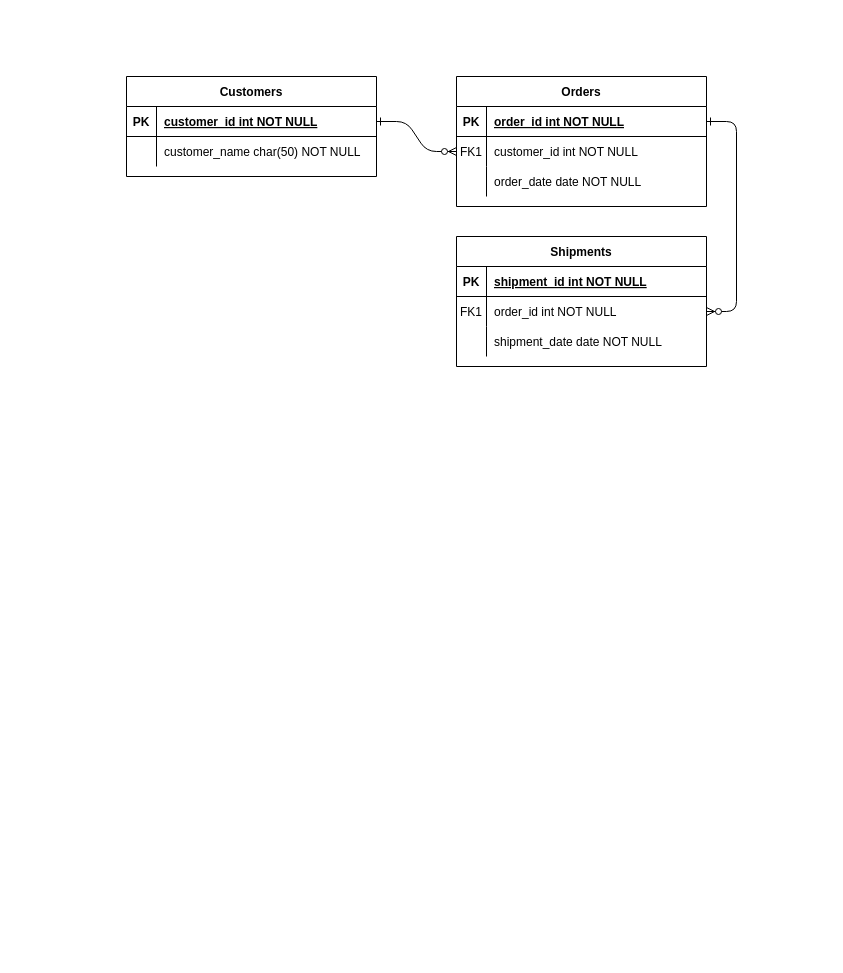
Commando-Brando/DBschemas keeps this draw.io diagram as Untitled Diagram.drawio. Above is the earlier version. Source tidied: cells renumbered, new cells numbered last; positions are measured from the earlier drawing's top-left corner, leaving out a move shared by most shapes. Both pictures are drawn from the tidied source at 100%, with x=0, y=0 at pixel (126, 76).
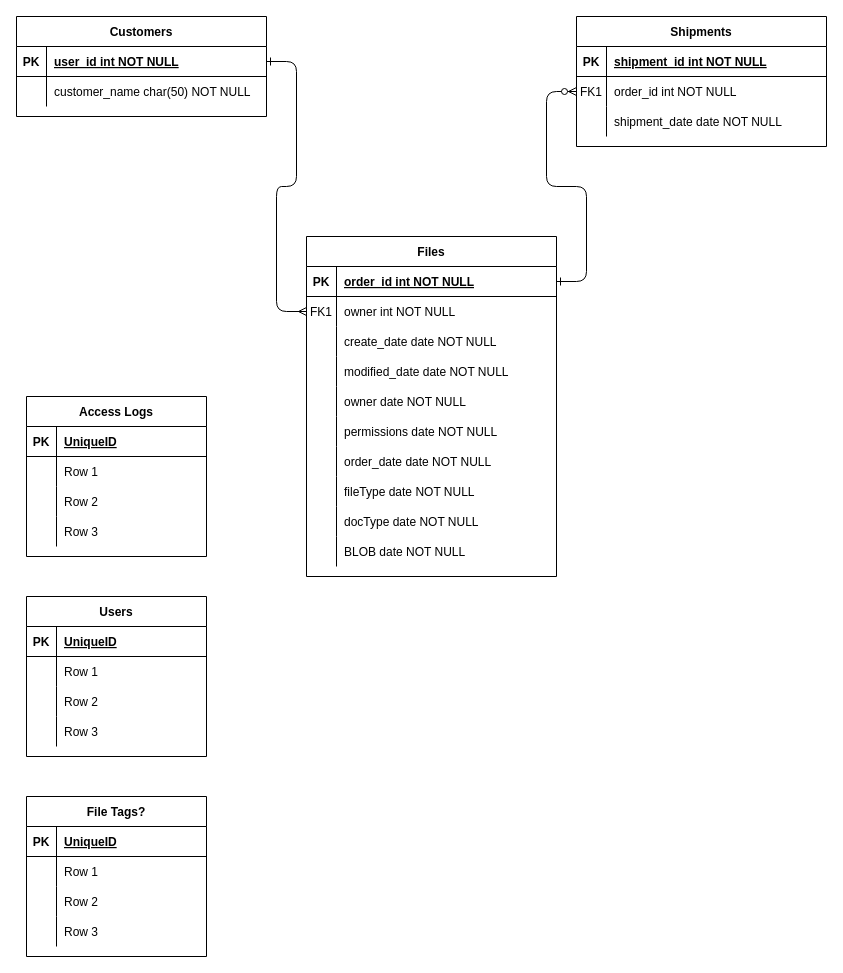
The same diagram, later.

The change refers to these unchanged cells:
```xml
<mxCell id="8" style="shape=partialRectangle;fillColor=none;points=[[0,0.5],[1,0.5]];portConstraint=eastwest;top=0;left=0;right=0;bottom=0;" parent="4" vertex="1">
  <mxGeometry y="60" width="250" height="30" as="geometry" />
</mxCell>
<mxCell id="11" style="shape=partialRectangle;fillColor=none;top=0;left=0;right=0;bottom=0;" parent="4" vertex="1">
  <mxGeometry y="90" width="250" height="30" as="geometry" />
</mxCell>
<mxCell id="25" style="shape=partialRectangle;fillColor=none;points=[[0,0.5],[1,0.5]];portConstraint=eastwest;top=0;left=0;right=0;bottom=1;" parent="24" vertex="1">
  <mxGeometry y="30" width="250" height="30" as="geometry" />
</mxCell>
```

What changed in the source:
```diff
@@
-    <mxCell id="2" style="edgeStyle=entityRelationEdgeStyle;endArrow=ERzeroToMany;startArrow=ERone;endFill=1;startFill=0;" parent="1" edge="1" source="25" target="8">
+    <mxCell id="2" style="edgeStyle=entityRelationEdgeStyle;endArrow=ERmany;startArrow=ERone;endFill=0;startFill=0;" parent="1" edge="1" source="25" target="8">
       <mxGeometry relative="1" as="geometry" />
     </mxCell>
@@
-    <mxCell id="4" value="Orders" style="shape=table;startSize=30;childLayout=tableLayout;rowLines=0;fontStyle=1;align=center;" parent="1" vertex="1">
-      <mxGeometry x="330" width="250" height="130" as="geometry" />
+    <mxCell id="4" value="Files" style="shape=table;startSize=30;childLayout=tableLayout;rowLines=0;fontStyle=1;align=center;" parent="1" vertex="1">
+      <mxGeometry x="180" y="160" width="250" height="340" as="geometry" />
     </mxCell>
@@
-    <mxCell id="10" value="customer_id int NOT NULL" style="shape=partialRectangle;overflow=hidden;fillColor=none;top=0;left=0;bottom=0;right=0;align=left;spacingLeft=6;" parent="8" vertex="1">
+    <mxCell id="10" value="owner int NOT NULL" style="shape=partialRectangle;overflow=hidden;fillColor=none;top=0;left=0;bottom=0;right=0;align=left;spacingLeft=6;" parent="8" vertex="1">
       <mxGeometry x="30" width="220" height="30" as="geometry" />
     </mxCell>
@@
-    <mxCell id="13" value="order_date date NOT NULL" style="shape=partialRectangle;overflow=hidden;fillColor=none;top=0;left=0;bottom=0;right=0;align=left;spacingLeft=6;" parent="11" vertex="1">
+    <mxCell id="13" value="create_date date NOT NULL" style="shape=partialRectangle;overflow=hidden;fillColor=none;top=0;left=0;bottom=0;right=0;align=left;spacingLeft=6;" parent="11" vertex="1">
       <mxGeometry x="30" width="220" height="30" as="geometry" />
     </mxCell>
+    <mxCell id="31" style="shape=partialRectangle;fillColor=none;top=0;left=0;right=0;bottom=0;" parent="4" vertex="1">
+      <mxGeometry y="120" width="250" height="30" as="geometry" />
+    </mxCell>
+    <mxCell id="32" style="shape=partialRectangle;overflow=hidden;fillColor=none;top=0;left=0;bottom=0;right=0;" parent="31" vertex="1">
+      <mxGeometry width="30" height="30" as="geometry" />
+    </mxCell>
+    <mxCell id="33" value="modified_date date NOT NULL" style="shape=partialRectangle;overflow=hidden;fillColor=none;top=0;left=0;bottom=0;right=0;align=left;spacingLeft=6;" parent="31" vertex="1">
+      <mxGeometry x="30" width="220" height="30" as="geometry" />
+    </mxCell>
+    <mxCell id="34" style="shape=partialRectangle;fillColor=none;top=0;left=0;right=0;bottom=0;" parent="4" vertex="1">
+      <mxGeometry y="150" width="250" height="30" as="geometry" />
+    </mxCell>
+    <mxCell id="35" style="shape=partialRectangle;overflow=hidden;fillColor=none;top=0;left=0;bottom=0;right=0;" parent="34" vertex="1">
+      <mxGeometry width="30" height="30" as="geometry" />
+    </mxCell>
+    <mxCell id="36" value="owner date NOT NULL" style="shape=partialRectangle;overflow=hidden;fillColor=none;top=0;left=0;bottom=0;right=0;align=left;spacingLeft=6;" parent="34" vertex="1">
+      <mxGeometry x="30" width="220" height="30" as="geometry" />
+    </mxCell>
+    <mxCell id="37" style="shape=partialRectangle;fillColor=none;top=0;left=0;right=0;bottom=0;" parent="4" vertex="1">
+      <mxGeometry y="180" width="250" height="30" as="geometry" />
+    </mxCell>
+    <mxCell id="38" style="shape=partialRectangle;overflow=hidden;fillColor=none;top=0;left=0;bottom=0;right=0;" parent="37" vertex="1">
+      <mxGeometry width="30" height="30" as="geometry" />
+    </mxCell>
+    <mxCell id="39" value="permissions date NOT NULL" style="shape=partialRectangle;overflow=hidden;fillColor=none;top=0;left=0;bottom=0;right=0;align=left;spacingLeft=6;" parent="37" vertex="1">
+      <mxGeometry x="30" width="220" height="30" as="geometry" />
+    </mxCell>
+    <mxCell id="40" style="shape=partialRectangle;fillColor=none;top=0;left=0;right=0;bottom=0;" parent="4" vertex="1">
+      <mxGeometry y="210" width="250" height="30" as="geometry" />
+    </mxCell>
+    <mxCell id="41" style="shape=partialRectangle;overflow=hidden;fillColor=none;top=0;left=0;bottom=0;right=0;" parent="40" vertex="1">
+      <mxGeometry width="30" height="30" as="geometry" />
+    </mxCell>
+    <mxCell id="42" value="order_date date NOT NULL" style="shape=partialRectangle;overflow=hidden;fillColor=none;top=0;left=0;bottom=0;right=0;align=left;spacingLeft=6;" parent="40" vertex="1">
+      <mxGeometry x="30" width="220" height="30" as="geometry" />
+    </mxCell>
+    <mxCell id="43" style="shape=partialRectangle;fillColor=none;top=0;left=0;right=0;bottom=0;" parent="4" vertex="1">
+      <mxGeometry y="240" width="250" height="30" as="geometry" />
+    </mxCell>
+    <mxCell id="44" style="shape=partialRectangle;overflow=hidden;fillColor=none;top=0;left=0;bottom=0;right=0;" parent="43" vertex="1">
+      <mxGeometry width="30" height="30" as="geometry" />
+    </mxCell>
+    <mxCell id="45" value="fileType date NOT NULL" style="shape=partialRectangle;overflow=hidden;fillColor=none;top=0;left=0;bottom=0;right=0;align=left;spacingLeft=6;" parent="43" vertex="1">
+      <mxGeometry x="30" width="220" height="30" as="geometry" />
+    </mxCell>
+    <mxCell id="46" style="shape=partialRectangle;fillColor=none;top=0;left=0;right=0;bottom=0;" parent="4" vertex="1">
+      <mxGeometry y="270" width="250" height="30" as="geometry" />
+    </mxCell>
+    <mxCell id="47" style="shape=partialRectangle;overflow=hidden;fillColor=none;top=0;left=0;bottom=0;right=0;" parent="46" vertex="1">
+      <mxGeometry width="30" height="30" as="geometry" />
+    </mxCell>
+    <mxCell id="48" value="docType date NOT NULL" style="shape=partialRectangle;overflow=hidden;fillColor=none;top=0;left=0;bottom=0;right=0;align=left;spacingLeft=6;" parent="46" vertex="1">
+      <mxGeometry x="30" width="220" height="30" as="geometry" />
+    </mxCell>
+    <mxCell id="49" style="shape=partialRectangle;fillColor=none;top=0;left=0;right=0;bottom=0;" parent="4" vertex="1">
+      <mxGeometry y="300" width="250" height="30" as="geometry" />
+    </mxCell>
+    <mxCell id="50" style="shape=partialRectangle;overflow=hidden;fillColor=none;top=0;left=0;bottom=0;right=0;" parent="49" vertex="1">
+      <mxGeometry width="30" height="30" as="geometry" />
+    </mxCell>
+    <mxCell id="51" value="BLOB date NOT NULL" style="shape=partialRectangle;overflow=hidden;fillColor=none;top=0;left=0;bottom=0;right=0;align=left;spacingLeft=6;" parent="49" vertex="1">
+      <mxGeometry x="30" width="220" height="30" as="geometry" />
+    </mxCell>
     <mxCell id="14" value="Shipments" style="shape=table;startSize=30;childLayout=tableLayout;rowLines=0;fontStyle=1;align=center;" parent="1" vertex="1">
-      <mxGeometry x="330" y="160" width="250" height="130" as="geometry" />
+      <mxGeometry x="450" y="-60" width="250" height="130" as="geometry" />
     </mxCell>
@@
     <mxCell id="24" value="Customers" style="shape=table;startSize=30;childLayout=tableLayout;rowLines=0;fontStyle=1;align=center;" parent="1" vertex="1">
-      <mxGeometry width="250" height="100" as="geometry" />
+      <mxGeometry x="-110" y="-60" width="250" height="100" as="geometry" />
     </mxCell>
@@
-    <mxCell id="27" value="customer_id int NOT NULL " style="shape=partialRectangle;overflow=hidden;fillColor=none;top=0;left=0;bottom=0;right=0;align=left;spacingLeft=6;fontStyle=5;" parent="25" vertex="1">
+    <mxCell id="27" value="user_id int NOT NULL " style="shape=partialRectangle;overflow=hidden;fillColor=none;top=0;left=0;bottom=0;right=0;align=left;spacingLeft=6;fontStyle=5;" parent="25" vertex="1">
       <mxGeometry x="30" width="220" height="30" as="geometry" />
     </mxCell>
@@
+    <mxCell id="52" value="Access Logs" style="shape=table;startSize=30;childLayout=tableLayout;rowLines=0;fontStyle=1;align=center;" parent="1" vertex="1">
+      <mxGeometry x="-100" y="320" width="180" height="160" as="geometry" />
+    </mxCell>
+    <mxCell id="53" style="shape=tableRow;horizontal=0;startSize=0;swimlaneHead=0;swimlaneBody=0;fillColor=none;top=0;left=0;right=0;bottom=1;" parent="52" vertex="1">
+      <mxGeometry y="30" width="180" height="30" as="geometry" />
+    </mxCell>
+    <mxCell id="54" value="PK" style="shape=partialRectangle;fillColor=none;top=0;left=0;bottom=0;right=0;fontStyle=1;overflow=hidden;" parent="53" vertex="1">
+      <mxGeometry width="30" height="30" as="geometry" />
+    </mxCell>
+    <mxCell id="55" value="UniqueID" style="shape=partialRectangle;fillColor=none;top=0;left=0;bottom=0;right=0;align=left;spacingLeft=6;fontStyle=5;overflow=hidden;" parent="53" vertex="1">
+      <mxGeometry x="30" width="150" height="30" as="geometry" />
+    </mxCell>
+    <mxCell id="56" style="shape=tableRow;horizontal=0;startSize=0;swimlaneHead=0;swimlaneBody=0;fillColor=none;top=0;left=0;right=0;bottom=0;" parent="52" vertex="1">
+      <mxGeometry y="60" width="180" height="30" as="geometry" />
+    </mxCell>
+    <mxCell id="57" style="shape=partialRectangle;fillColor=none;top=0;left=0;bottom=0;right=0;overflow=hidden;" parent="56" vertex="1">
+      <mxGeometry width="30" height="30" as="geometry" />
+    </mxCell>
+    <mxCell id="58" value="Row 1" style="shape=partialRectangle;fillColor=none;top=0;left=0;bottom=0;right=0;align=left;spacingLeft=6;overflow=hidden;" parent="56" vertex="1">
+      <mxGeometry x="30" width="150" height="30" as="geometry" />
+    </mxCell>
+    <mxCell id="59" style="shape=tableRow;horizontal=0;startSize=0;swimlaneHead=0;swimlaneBody=0;fillColor=none;top=0;left=0;right=0;bottom=0;" parent="52" vertex="1">
+      <mxGeometry y="90" width="180" height="30" as="geometry" />
+    </mxCell>
+    <mxCell id="60" style="shape=partialRectangle;fillColor=none;top=0;left=0;bottom=0;right=0;overflow=hidden;" parent="59" vertex="1">
+      <mxGeometry width="30" height="30" as="geometry" />
+    </mxCell>
+    <mxCell id="61" value="Row 2" style="shape=partialRectangle;fillColor=none;top=0;left=0;bottom=0;right=0;align=left;spacingLeft=6;overflow=hidden;" parent="59" vertex="1">
+      <mxGeometry x="30" width="150" height="30" as="geometry" />
+    </mxCell>
+    <mxCell id="62" style="shape=tableRow;horizontal=0;startSize=0;swimlaneHead=0;swimlaneBody=0;fillColor=none;top=0;left=0;right=0;bottom=0;" parent="52" vertex="1">
+      <mxGeometry y="120" width="180" height="30" as="geometry" />
+    </mxCell>
+    <mxCell id="63" style="shape=partialRectangle;fillColor=none;top=0;left=0;bottom=0;right=0;overflow=hidden;" parent="62" vertex="1">
+      <mxGeometry width="30" height="30" as="geometry" />
+    </mxCell>
+    <mxCell id="64" value="Row 3" style="shape=partialRectangle;fillColor=none;top=0;left=0;bottom=0;right=0;align=left;spacingLeft=6;overflow=hidden;" parent="62" vertex="1">
+      <mxGeometry x="30" width="150" height="30" as="geometry" />
+    </mxCell>
+    <mxCell id="65" value="Users" style="shape=table;startSize=30;childLayout=tableLayout;rowLines=0;fontStyle=1;align=center;" parent="1" vertex="1">
+      <mxGeometry x="-100" y="520" width="180" height="160" as="geometry" />
+    </mxCell>
+    <mxCell id="66" style="shape=tableRow;horizontal=0;startSize=0;swimlaneHead=0;swimlaneBody=0;fillColor=none;top=0;left=0;right=0;bottom=1;" parent="65" vertex="1">
+      <mxGeometry y="30" width="180" height="30" as="geometry" />
+    </mxCell>
+    <mxCell id="67" value="PK" style="shape=partialRectangle;fillColor=none;top=0;left=0;bottom=0;right=0;fontStyle=1;overflow=hidden;" parent="66" vertex="1">
+      <mxGeometry width="30" height="30" as="geometry" />
+    </mxCell>
+    <mxCell id="68" value="UniqueID" style="shape=partialRectangle;fillColor=none;top=0;left=0;bottom=0;right=0;align=left;spacingLeft=6;fontStyle=5;overflow=hidden;" parent="66" vertex="1">
+      <mxGeometry x="30" width="150" height="30" as="geometry" />
+    </mxCell>
+    <mxCell id="69" style="shape=tableRow;horizontal=0;startSize=0;swimlaneHead=0;swimlaneBody=0;fillColor=none;top=0;left=0;right=0;bottom=0;" parent="65" vertex="1">
+      <mxGeometry y="60" width="180" height="30" as="geometry" />
+    </mxCell>
+    <mxCell id="70" style="shape=partialRectangle;fillColor=none;top=0;left=0;bottom=0;right=0;overflow=hidden;" parent="69" vertex="1">
+      <mxGeometry width="30" height="30" as="geometry" />
+    </mxCell>
+    <mxCell id="71" value="Row 1" style="shape=partialRectangle;fillColor=none;top=0;left=0;bottom=0;right=0;align=left;spacingLeft=6;overflow=hidden;" parent="69" vertex="1">
+      <mxGeometry x="30" width="150" height="30" as="geometry" />
+    </mxCell>
+    <mxCell id="72" style="shape=tableRow;horizontal=0;startSize=0;swimlaneHead=0;swimlaneBody=0;fillColor=none;top=0;left=0;right=0;bottom=0;" parent="65" vertex="1">
+      <mxGeometry y="90" width="180" height="30" as="geometry" />
+    </mxCell>
+    <mxCell id="73" style="shape=partialRectangle;fillColor=none;top=0;left=0;bottom=0;right=0;overflow=hidden;" parent="72" vertex="1">
+      <mxGeometry width="30" height="30" as="geometry" />
+    </mxCell>
+    <mxCell id="74" value="Row 2" style="shape=partialRectangle;fillColor=none;top=0;left=0;bottom=0;right=0;align=left;spacingLeft=6;overflow=hidden;" parent="72" vertex="1">
+      <mxGeometry x="30" width="150" height="30" as="geometry" />
+    </mxCell>
+    <mxCell id="75" style="shape=tableRow;horizontal=0;startSize=0;swimlaneHead=0;swimlaneBody=0;fillColor=none;top=0;left=0;right=0;bottom=0;" parent="65" vertex="1">
+      <mxGeometry y="120" width="180" height="30" as="geometry" />
+    </mxCell>
+    <mxCell id="76" style="shape=partialRectangle;fillColor=none;top=0;left=0;bottom=0;right=0;overflow=hidden;" parent="75" vertex="1">
+      <mxGeometry width="30" height="30" as="geometry" />
+    </mxCell>
+    <mxCell id="77" value="Row 3" style="shape=partialRectangle;fillColor=none;top=0;left=0;bottom=0;right=0;align=left;spacingLeft=6;overflow=hidden;" parent="75" vertex="1">
+      <mxGeometry x="30" width="150" height="30" as="geometry" />
+    </mxCell>
+    <mxCell id="78" value="File Tags?" style="shape=table;startSize=30;childLayout=tableLayout;rowLines=0;fontStyle=1;align=center;" parent="1" vertex="1">
+      <mxGeometry x="-100" y="720" width="180" height="160" as="geometry" />
+    </mxCell>
+    <mxCell id="79" style="shape=tableRow;horizontal=0;startSize=0;swimlaneHead=0;swimlaneBody=0;fillColor=none;top=0;left=0;right=0;bottom=1;" parent="78" vertex="1">
+      <mxGeometry y="30" width="180" height="30" as="geometry" />
+    </mxCell>
+    <mxCell id="80" value="PK" style="shape=partialRectangle;fillColor=none;top=0;left=0;bottom=0;right=0;fontStyle=1;overflow=hidden;" parent="79" vertex="1">
+      <mxGeometry width="30" height="30" as="geometry" />
+    </mxCell>
+    <mxCell id="81" value="UniqueID" style="shape=partialRectangle;fillColor=none;top=0;left=0;bottom=0;right=0;align=left;spacingLeft=6;fontStyle=5;overflow=hidden;" parent="79" vertex="1">
+      <mxGeometry x="30" width="150" height="30" as="geometry" />
+    </mxCell>
+    <mxCell id="82" style="shape=tableRow;horizontal=0;startSize=0;swimlaneHead=0;swimlaneBody=0;fillColor=none;top=0;left=0;right=0;bottom=0;" parent="78" vertex="1">
+      <mxGeometry y="60" width="180" height="30" as="geometry" />
+    </mxCell>
+    <mxCell id="83" style="shape=partialRectangle;fillColor=none;top=0;left=0;bottom=0;right=0;overflow=hidden;" parent="82" vertex="1">
+      <mxGeometry width="30" height="30" as="geometry" />
+    </mxCell>
+    <mxCell id="84" value="Row 1" style="shape=partialRectangle;fillColor=none;top=0;left=0;bottom=0;right=0;align=left;spacingLeft=6;overflow=hidden;" parent="82" vertex="1">
+      <mxGeometry x="30" width="150" height="30" as="geometry" />
+    </mxCell>
+    <mxCell id="85" style="shape=tableRow;horizontal=0;startSize=0;swimlaneHead=0;swimlaneBody=0;fillColor=none;top=0;left=0;right=0;bottom=0;" parent="78" vertex="1">
+      <mxGeometry y="90" width="180" height="30" as="geometry" />
+    </mxCell>
+    <mxCell id="86" style="shape=partialRectangle;fillColor=none;top=0;left=0;bottom=0;right=0;overflow=hidden;" parent="85" vertex="1">
+      <mxGeometry width="30" height="30" as="geometry" />
+    </mxCell>
+    <mxCell id="87" value="Row 2" style="shape=partialRectangle;fillColor=none;top=0;left=0;bottom=0;right=0;align=left;spacingLeft=6;overflow=hidden;" parent="85" vertex="1">
+      <mxGeometry x="30" width="150" height="30" as="geometry" />
+    </mxCell>
+    <mxCell id="88" style="shape=tableRow;horizontal=0;startSize=0;swimlaneHead=0;swimlaneBody=0;fillColor=none;top=0;left=0;right=0;bottom=0;" parent="78" vertex="1">
+      <mxGeometry y="120" width="180" height="30" as="geometry" />
+    </mxCell>
+    <mxCell id="89" style="shape=partialRectangle;fillColor=none;top=0;left=0;bottom=0;right=0;overflow=hidden;" parent="88" vertex="1">
+      <mxGeometry width="30" height="30" as="geometry" />
+    </mxCell>
+    <mxCell id="90" value="Row 3" style="shape=partialRectangle;fillColor=none;top=0;left=0;bottom=0;right=0;align=left;spacingLeft=6;overflow=hidden;" parent="88" vertex="1">
+      <mxGeometry x="30" width="150" height="30" as="geometry" />
+    </mxCell>
```
